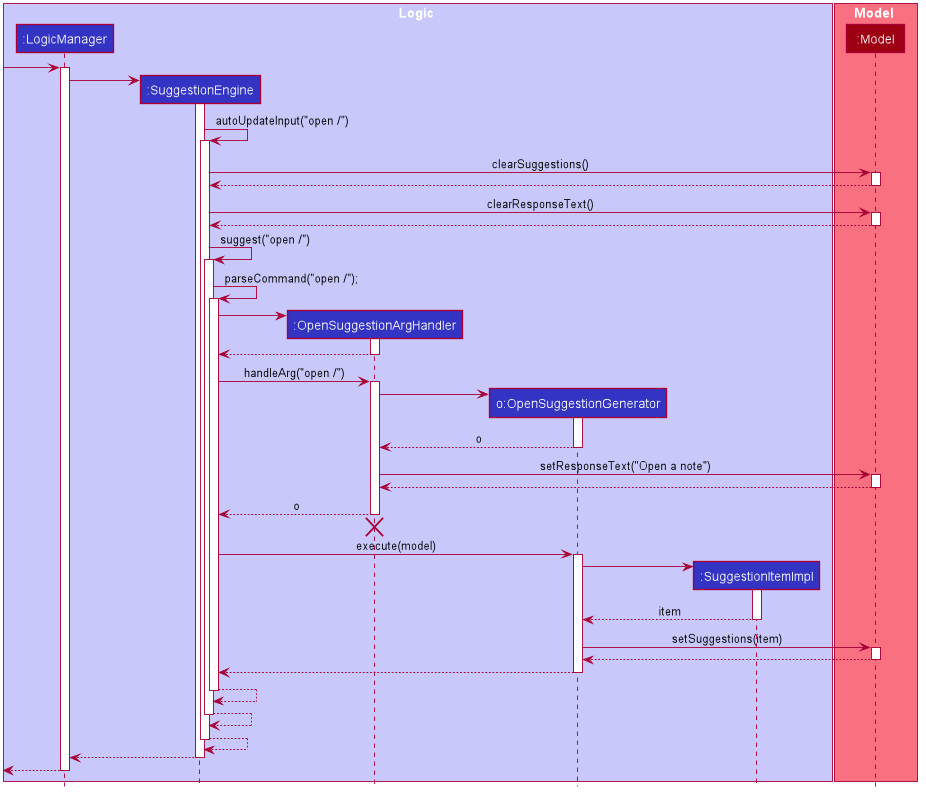
This is docs/images/SuggestionSequenceDiagram.png from nus-cs2103-AY1920S2/addressbook-level3, a PlantUML export, as it was before one commit.
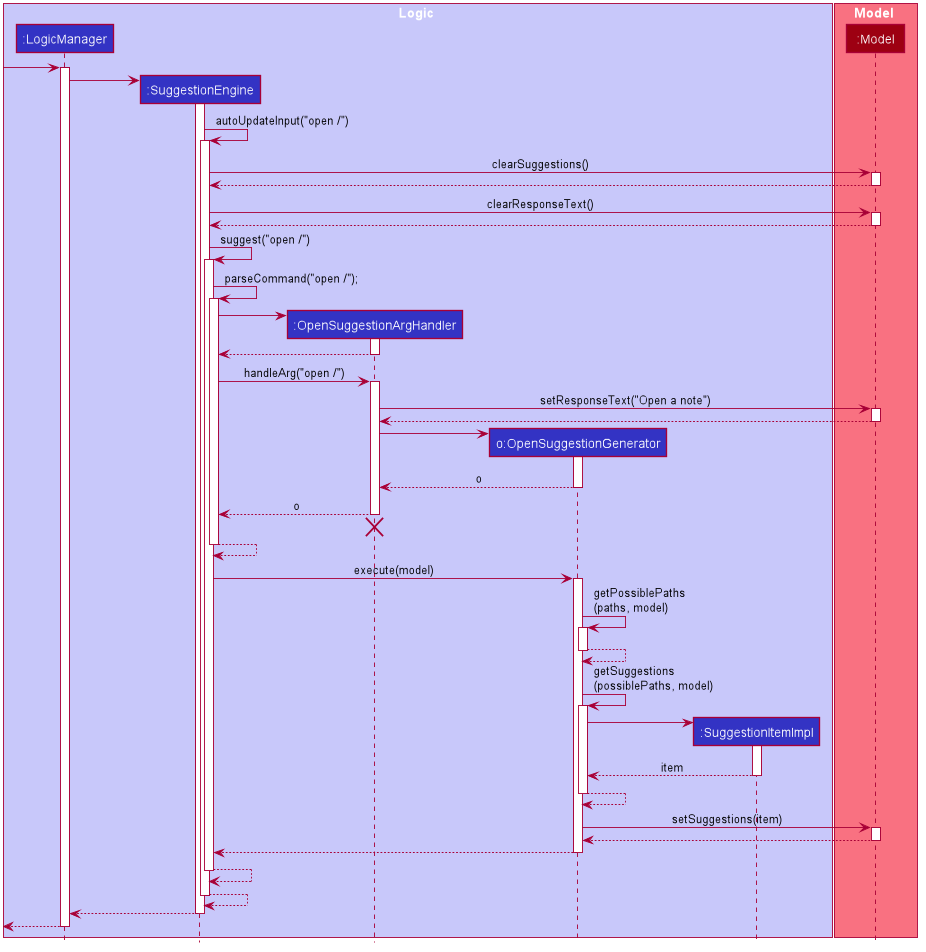
Later version of the same file.

Commit message:
Save seq diag

Change to the diagram source:
```diff
@@ -98,6 +98,12 @@
 SuggestionEngine -> OpenSuggestionArgHandler : handleArg("open /")
 activate OpenSuggestionArgHandler
 
+OpenSuggestionArgHandler -> Model : setResponseText("Open a note")
+activate Model
+
+Model --> OpenSuggestionArgHandler
+deactivate Model
+
 create OpenSuggestionGenerator
 OpenSuggestionArgHandler -> OpenSuggestionGenerator
 activate OpenSuggestionGenerator
@@ -105,18 +111,24 @@
 OpenSuggestionGenerator --> OpenSuggestionArgHandler : o
 deactivate OpenSuggestionGenerator
 
-OpenSuggestionArgHandler -> Model : setResponseText("Open a note")
-activate Model
-
-Model --> OpenSuggestionArgHandler
-deactivate Model
-
 OpenSuggestionArgHandler --> SuggestionEngine : o
 deactivate OpenSuggestionArgHandler
 OpenSuggestionArgHandler -[hidden]-> SuggestionEngine
 destroy OpenSuggestionArgHandler
 
+SuggestionEngine --> SuggestionEngine
+deactivate SuggestionEngine
+
 SuggestionEngine -> OpenSuggestionGenerator : execute(model)
+activate OpenSuggestionGenerator
+
+OpenSuggestionGenerator -> OpenSuggestionGenerator : getPossiblePaths\n(paths, model)
+activate OpenSuggestionGenerator
+
+OpenSuggestionGenerator --> OpenSuggestionGenerator
+deactivate OpenSuggestionGenerator
+
+OpenSuggestionGenerator -> OpenSuggestionGenerator : getSuggestions\n(possiblePaths, model)
 activate OpenSuggestionGenerator
 
 create SuggestionItemImpl
@@ -125,6 +137,9 @@
 
 SuggestionItemImpl --> OpenSuggestionGenerator : item
 deactivate SuggestionItemImpl
+
+OpenSuggestionGenerator --> OpenSuggestionGenerator
+deactivate OpenSuggestionGenerator
 
 OpenSuggestionGenerator -> Model : setSuggestions(item)
 activate Model
@@ -141,9 +156,6 @@
 SuggestionEngine --> SuggestionEngine
 deactivate SuggestionEngine
 
-SuggestionEngine --> SuggestionEngine
-deactivate SuggestionEngine
-
 SuggestionEngine --> LogicManager
 deactivate SuggestionEngine
 
```
